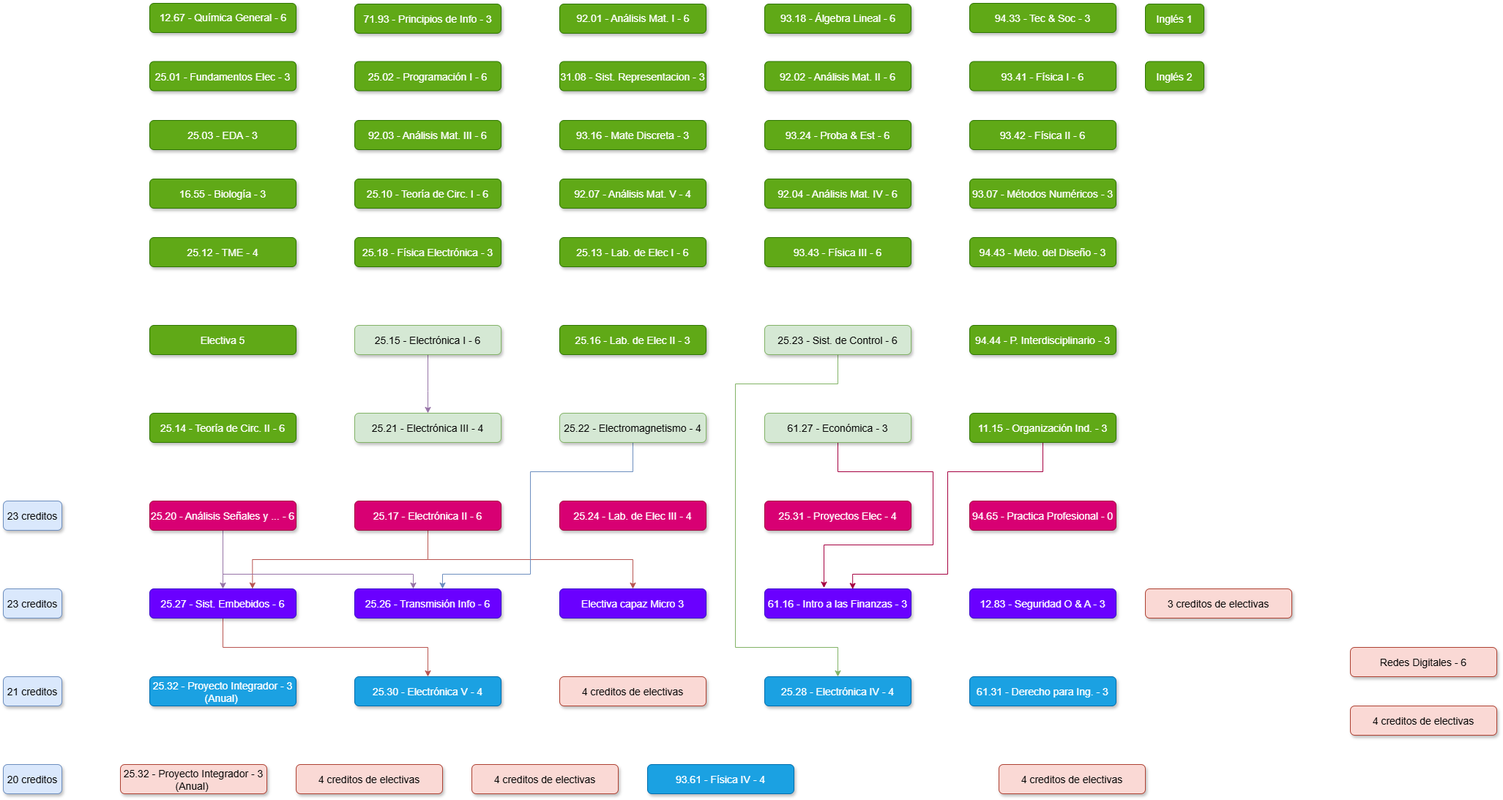
Above: K22.drawio.png in juanipla/K22 (draw.io), before the change. Source tidied: cells renumbered, new cells last; positions are measured from the earlier drawing's top-left corner, leaving out a move shared by most shapes.
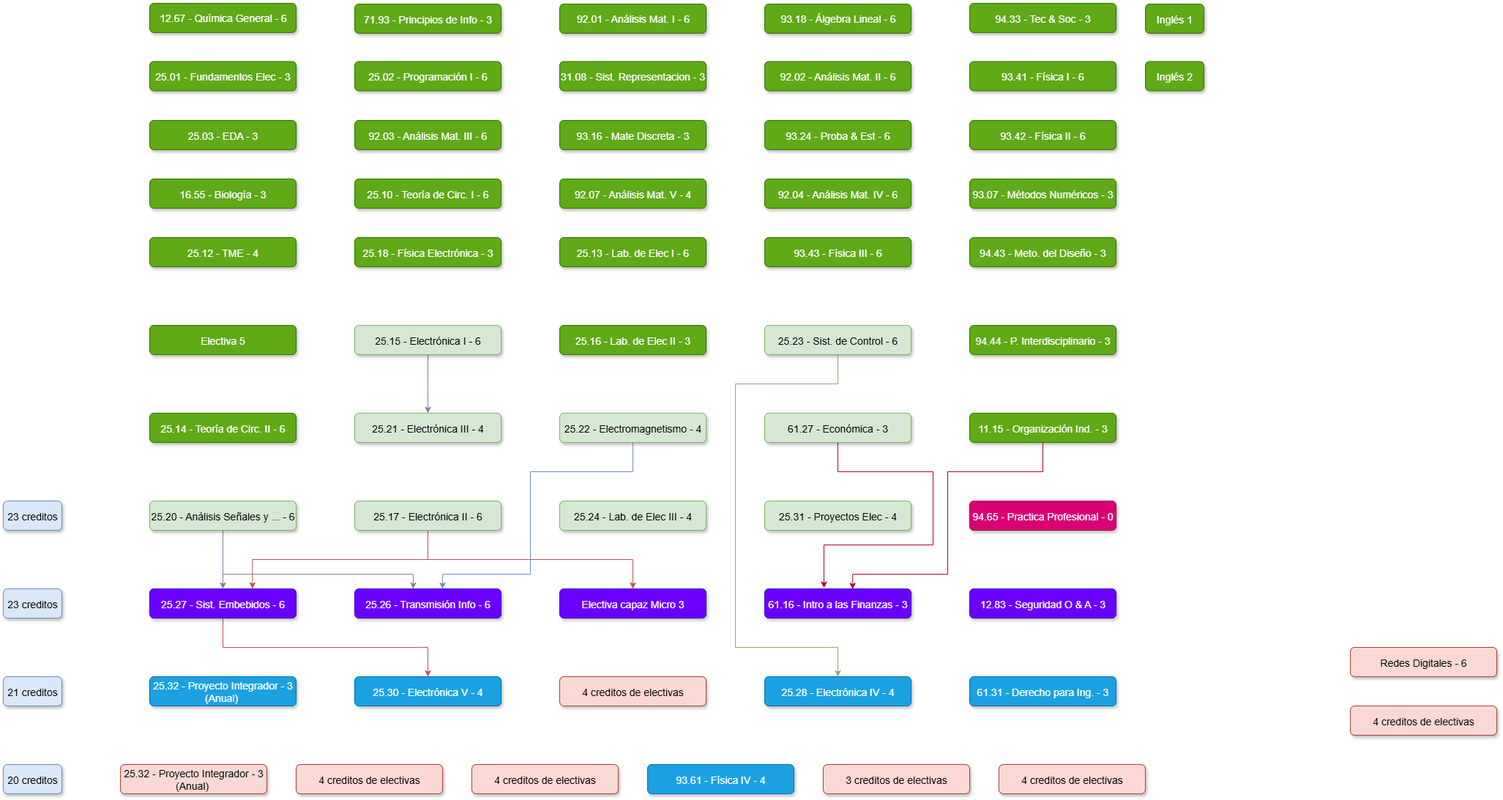
The same diagram one commit later.

Change to the diagram source:
```diff
@@ -71,7 +71,7 @@
         </Array>
       </mxGeometry>
     </mxCell>
-    <mxCell id="20" value="25.17 - Electrónica II - 6" style="rounded=1;fillColor=#d80073;strokeColor=#A50040;shadow=1;fontStyle=0;fontSize=14;labelBorderColor=none;labelBackgroundColor=none;verticalAlign=middle;fontColor=#ffffff;" parent="1" vertex="1">
+    <mxCell id="20" value="25.17 - Electrónica II - 6" style="rounded=1;fillColor=#d5e8d4;strokeColor=#82b366;shadow=1;fontStyle=0;fontSize=14;labelBorderColor=none;labelBackgroundColor=none;verticalAlign=middle;" parent="1" vertex="1">
       <mxGeometry x="480" y="680" width="200" height="40" as="geometry" />
     </mxCell>
     <mxCell id="21" value="94.44 - P. Interdisciplinario - 3" style="rounded=1;fillColor=#60a917;strokeColor=#2D7600;shadow=1;fontStyle=0;fontSize=14;labelBorderColor=none;labelBackgroundColor=none;verticalAlign=middle;fontColor=#ffffff;" parent="1" vertex="1">
@@ -97,7 +97,7 @@
         </Array>
       </mxGeometry>
     </mxCell>
-    <mxCell id="27" value="25.20 - Análisis Señales y ... - 6" style="rounded=1;fillColor=#d80073;strokeColor=#A50040;shadow=1;fontStyle=0;fontSize=14;labelBorderColor=none;labelBackgroundColor=none;fontColor=#ffffff;" parent="1" vertex="1">
+    <mxCell id="27" value="25.20 - Análisis Señales y ... - 6" style="rounded=1;fillColor=#d5e8d4;strokeColor=#82b366;shadow=1;fontStyle=0;fontSize=14;labelBorderColor=none;labelBackgroundColor=none;" parent="1" vertex="1">
       <mxGeometry x="200" y="680" width="200" height="40" as="geometry" />
     </mxCell>
     <mxCell id="28" value="25.21 - Electrónica III - 4" style="rounded=1;fillColor=#d5e8d4;strokeColor=#82b366;shadow=1;fontStyle=0;fontSize=14;labelBorderColor=none;labelBackgroundColor=none;" parent="1" vertex="1">
@@ -130,7 +130,7 @@
     <mxCell id="32" value="25.23 - Sist. de Control - 6" style="rounded=1;fillColor=#d5e8d4;strokeColor=#82b366;shadow=1;fontStyle=0;fontSize=14;labelBorderColor=none;labelBackgroundColor=none;verticalAlign=middle;" parent="1" vertex="1">
       <mxGeometry x="1040" y="440" width="200" height="40" as="geometry" />
     </mxCell>
-    <mxCell id="33" value="25.24 - Lab. de Elec III - 4" style="rounded=1;fillColor=#d80073;strokeColor=#A50040;shadow=1;fontStyle=0;fontSize=14;labelBorderColor=none;labelBackgroundColor=none;verticalAlign=middle;fontColor=#ffffff;" parent="1" vertex="1">
+    <mxCell id="33" value="25.24 - Lab. de Elec III - 4" style="rounded=1;fillColor=#d5e8d4;strokeColor=#82b366;shadow=1;fontStyle=0;fontSize=14;labelBorderColor=none;labelBackgroundColor=none;verticalAlign=middle;" parent="1" vertex="1">
       <mxGeometry x="760" y="680" width="200" height="40" as="geometry" />
     </mxCell>
     <mxCell id="34" style="edgeStyle=orthogonalEdgeStyle;rounded=0;jumpStyle=none;jettySize=auto;html=1;entryX=0.5;entryY=0;entryDx=0;entryDy=0;fillColor=#f8cecc;strokeColor=#b85450;" parent="1" edge="1" source="35" target="43">
@@ -182,7 +182,7 @@
     <mxCell id="43" value="25.30 - Electrónica V - 4" style="rounded=1;fillColor=#1ba1e2;strokeColor=#006EAF;shadow=1;fontStyle=0;fontSize=14;labelBorderColor=none;labelBackgroundColor=none;fontColor=#ffffff;" parent="1" vertex="1">
       <mxGeometry x="480" y="920" width="200" height="40" as="geometry" />
     </mxCell>
-    <mxCell id="44" value="25.31 - Proyectos Elec - 4" style="rounded=1;fillColor=#d80073;strokeColor=#A50040;shadow=1;fontStyle=0;fontSize=14;fontColor=#ffffff;labelBorderColor=none;labelBackgroundColor=none;verticalAlign=middle;" parent="1" vertex="1">
+    <mxCell id="44" value="25.31 - Proyectos Elec - 4" style="rounded=1;fillColor=#d5e8d4;strokeColor=#82b366;shadow=1;fontStyle=0;fontSize=14;labelBorderColor=none;labelBackgroundColor=none;verticalAlign=middle;" parent="1" vertex="1">
       <mxGeometry x="1040" y="680" width="200" height="40" as="geometry" />
     </mxCell>
     <mxCell id="45" value="12.83 - Seguridad O &amp; A - 3" style="rounded=1;fillColor=#6a00ff;strokeColor=#3700CC;shadow=1;fontStyle=0;fontSize=14;fontColor=#ffffff;labelBorderColor=none;labelBackgroundColor=none;verticalAlign=middle;" parent="1" vertex="1">
@@ -246,7 +246,7 @@
       <mxGeometry x="400" y="1040" width="200" height="40" as="geometry" />
     </mxCell>
     <mxCell id="65" value="3 creditos de electivas" style="rounded=1;fillColor=#fad9d5;strokeColor=#ae4132;shadow=1;fontStyle=0;fontSize=14;labelBorderColor=none;labelBackgroundColor=none;verticalAlign=middle;" parent="1" vertex="1">
-      <mxGeometry x="1560" y="800" width="200" height="40" as="geometry" />
+      <mxGeometry x="1120" y="1040" width="200" height="40" as="geometry" />
     </mxCell>
     <mxCell id="66" value="Inglés 1" style="rounded=1;fillColor=#60a917;strokeColor=#2D7600;shadow=1;fontStyle=0;fontSize=14;labelBorderColor=none;labelBackgroundColor=none;verticalAlign=middle;fontColor=#ffffff;" parent="1" vertex="1">
       <mxGeometry x="1560" y="1" width="80" height="40" as="geometry" />
```
